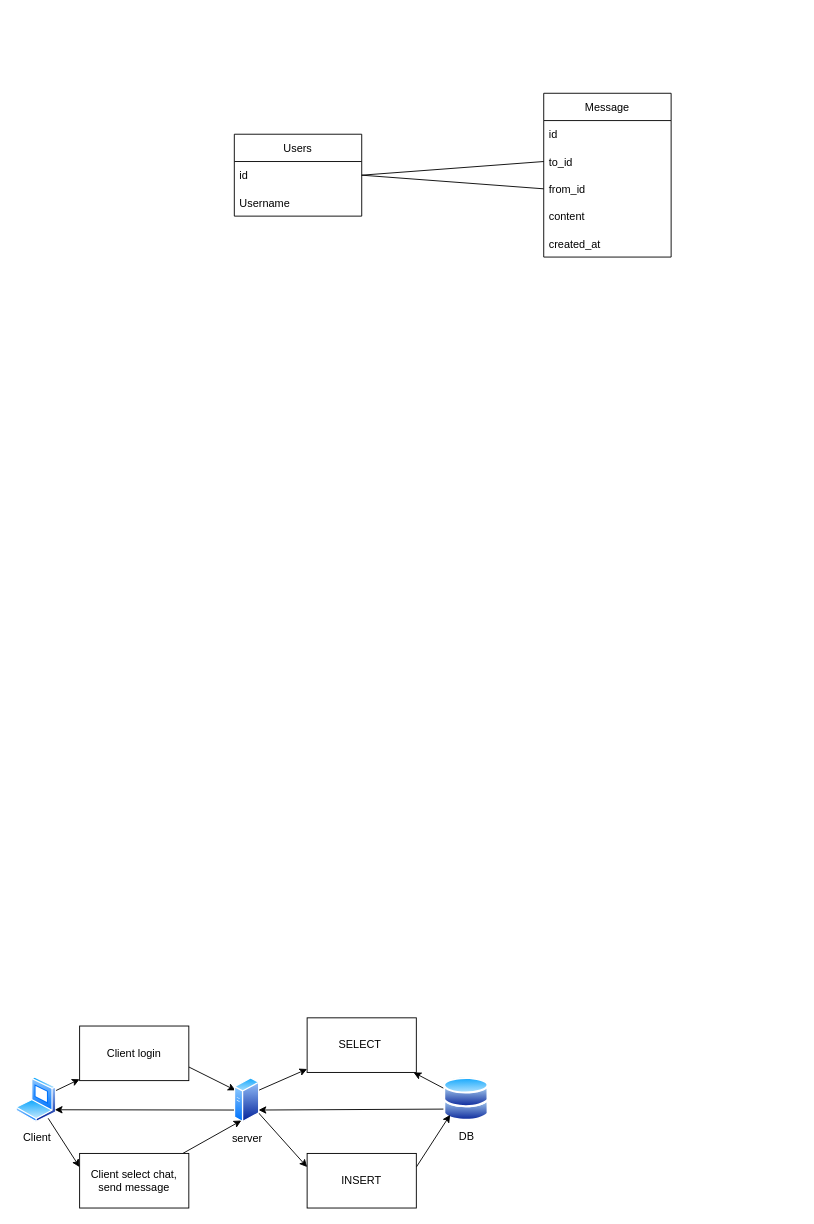
This is page "Simplify" (2 of 7) of Resources/DB.drawio from Plasmat1x/CourseProjectCS2, a draw.io file, before an edit. Source tidied: cells renumbered, new cells numbered last; positions are measured from the earlier drawing's top-left corner, leaving out a move shared by most shapes. Both pictures are drawn from the tidied source at 91%, with x=0, y=0 at pixel (15, 93).
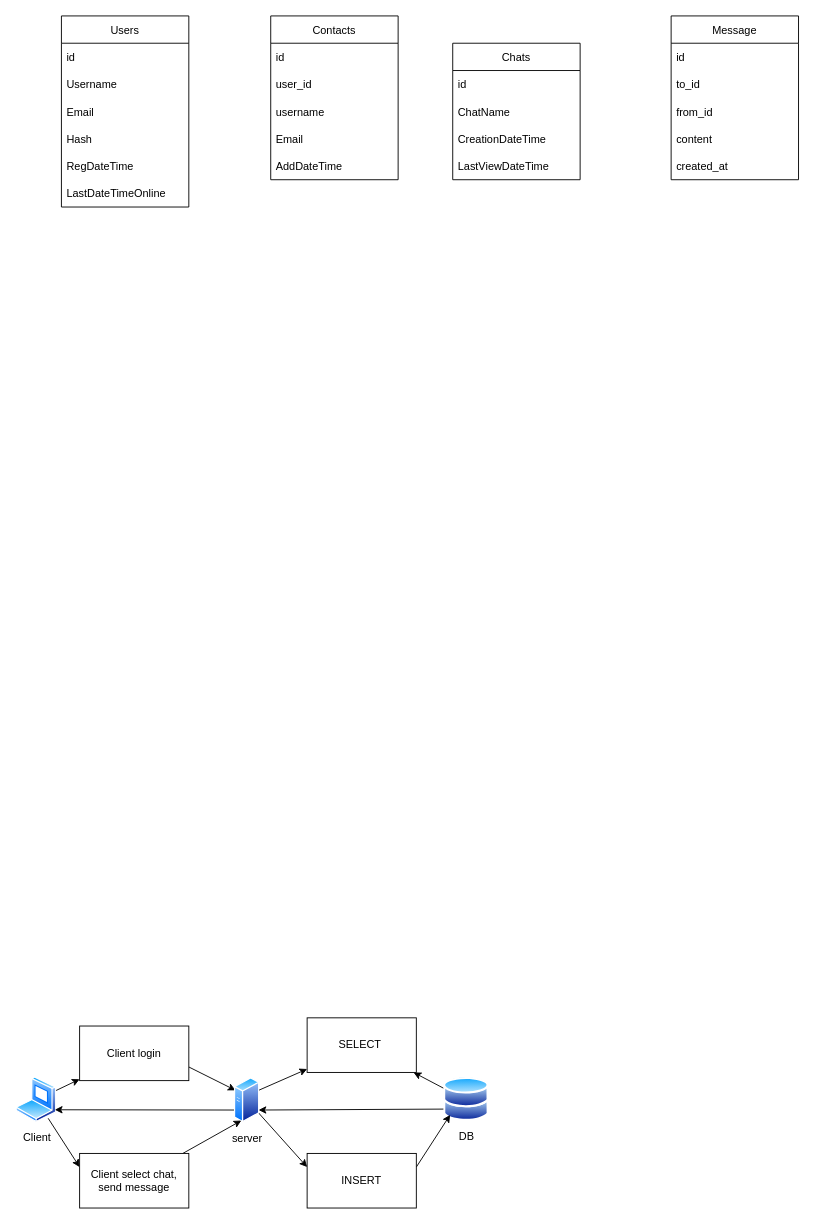
Above is the later version.

Unchanged cells that the change refers to:
```xml
<mxCell id="3" value="id" style="text;strokeColor=none;fillColor=none;align=left;verticalAlign=middle;spacingLeft=4;spacingRight=4;overflow=hidden;points=[[0,0.5],[1,0.5]];portConstraint=eastwest;fontSize=12;" parent="2" vertex="1">
  <mxGeometry y="30" width="140" height="30" as="geometry" />
</mxCell>
<mxCell id="7" value="to_id" style="text;strokeColor=none;fillColor=none;align=left;verticalAlign=middle;spacingLeft=4;spacingRight=4;overflow=hidden;points=[[0,0.5],[1,0.5]];portConstraint=eastwest;fontSize=12;" parent="5" vertex="1">
  <mxGeometry y="60" width="140" height="30" as="geometry" />
</mxCell>
<mxCell id="8" value="from_id" style="text;strokeColor=none;fillColor=none;align=left;verticalAlign=middle;spacingLeft=4;spacingRight=4;overflow=hidden;points=[[0,0.5],[1,0.5]];portConstraint=eastwest;fontSize=12;" parent="5" vertex="1">
  <mxGeometry y="90" width="140" height="30" as="geometry" />
</mxCell>
```

The edit, as a diff of the source:
```diff
@@
     <mxCell id="2" value="Users" style="swimlane;fontStyle=0;horizontal=1;startSize=30;fontSize=12;" parent="1" vertex="1">
-      <mxGeometry x="240" y="45" width="140" height="90" as="geometry" />
+      <mxGeometry x="50" y="-85" width="140" height="210" as="geometry" />
     </mxCell>
@@
+    <mxCell id="30" value="Email" style="text;strokeColor=none;fillColor=none;align=left;verticalAlign=middle;spacingLeft=4;spacingRight=4;overflow=hidden;fontSize=12;" parent="2" vertex="1">
+      <mxGeometry y="90" width="140" height="30" as="geometry" />
+    </mxCell>
+    <mxCell id="31" value="Hash" style="text;strokeColor=none;fillColor=none;align=left;verticalAlign=middle;spacingLeft=4;spacingRight=4;overflow=hidden;fontSize=12;" parent="2" vertex="1">
+      <mxGeometry y="120" width="140" height="30" as="geometry" />
+    </mxCell>
+    <mxCell id="32" value="RegDateTime" style="text;strokeColor=none;fillColor=none;align=left;verticalAlign=middle;spacingLeft=4;spacingRight=4;overflow=hidden;fontSize=12;" parent="2" vertex="1">
+      <mxGeometry y="150" width="140" height="30" as="geometry" />
+    </mxCell>
+    <mxCell id="33" value="LastDateTimeOnline" style="text;strokeColor=none;fillColor=none;align=left;verticalAlign=middle;spacingLeft=4;spacingRight=4;overflow=hidden;fontSize=12;" parent="2" vertex="1">
+      <mxGeometry y="180" width="140" height="30" as="geometry" />
+    </mxCell>
     <mxCell id="5" value="Message" style="swimlane;fontStyle=0;horizontal=1;startSize=30;fontSize=12;" parent="1" vertex="1">
-      <mxGeometry x="580" width="140" height="180" as="geometry" />
+      <mxGeometry x="720" y="-85" width="140" height="180" as="geometry" />
     </mxCell>
@@
-    <mxCell id="28" style="endArrow=none;html=1;rounded=0;exitX=1;exitY=0.5;exitDx=0;exitDy=0;entryX=0;entryY=0.5;entryDx=0;entryDy=0;" parent="1" edge="1" source="3" target="7">
-      <mxGeometry relative="1" as="geometry" />
-    </mxCell>
-    <mxCell id="29" style="endArrow=none;html=1;rounded=0;exitX=1;exitY=0.5;exitDx=0;exitDy=0;entryX=0;entryY=0.5;entryDx=0;entryDy=0;" parent="1" edge="1" source="3" target="8">
-      <mxGeometry relative="1" as="geometry" />
-    </mxCell>
+    <mxCell id="34" value="Chats" style="swimlane;fontStyle=0;horizontal=1;startSize=30;fontSize=12;" parent="1" vertex="1">
+      <mxGeometry x="480" y="-55" width="140" height="150" as="geometry" />
+    </mxCell>
+    <mxCell id="35" value="id" style="text;strokeColor=none;fillColor=none;align=left;verticalAlign=middle;spacingLeft=4;spacingRight=4;overflow=hidden;fontSize=12;" parent="34" vertex="1">
+      <mxGeometry y="30" width="140" height="30" as="geometry" />
+    </mxCell>
+    <mxCell id="36" value="ChatName" style="text;strokeColor=none;fillColor=none;align=left;verticalAlign=middle;spacingLeft=4;spacingRight=4;overflow=hidden;fontSize=12;" parent="34" vertex="1">
+      <mxGeometry y="60" width="140" height="30" as="geometry" />
+    </mxCell>
+    <mxCell id="37" value="CreationDateTime" style="text;strokeColor=none;fillColor=none;align=left;verticalAlign=middle;spacingLeft=4;spacingRight=4;overflow=hidden;fontSize=12;" parent="34" vertex="1">
+      <mxGeometry y="90" width="140" height="30" as="geometry" />
+    </mxCell>
+    <mxCell id="38" value="LastViewDateTime" style="text;strokeColor=none;fillColor=none;align=left;verticalAlign=middle;spacingLeft=4;spacingRight=4;overflow=hidden;fontSize=12;" parent="34" vertex="1">
+      <mxGeometry y="120" width="140" height="30" as="geometry" />
+    </mxCell>
+    <mxCell id="39" value="Contacts" style="swimlane;fontStyle=0;horizontal=1;startSize=30;" parent="1" vertex="1">
+      <mxGeometry x="280" y="-85" width="140" height="180" as="geometry" />
+    </mxCell>
+    <mxCell id="40" value="id" style="text;strokeColor=none;fillColor=none;align=left;verticalAlign=middle;spacingLeft=4;spacingRight=4;overflow=hidden;" parent="39" vertex="1">
+      <mxGeometry y="30" width="140" height="30" as="geometry" />
+    </mxCell>
+    <mxCell id="41" value="user_id" style="text;strokeColor=none;fillColor=none;align=left;verticalAlign=middle;spacingLeft=4;spacingRight=4;overflow=hidden;" parent="39" vertex="1">
+      <mxGeometry y="60" width="140" height="30" as="geometry" />
+    </mxCell>
+    <mxCell id="42" value="username" style="text;strokeColor=none;fillColor=none;align=left;verticalAlign=middle;spacingLeft=4;spacingRight=4;overflow=hidden;" parent="39" vertex="1">
+      <mxGeometry y="90" width="140" height="30" as="geometry" />
+    </mxCell>
+    <mxCell id="43" value="Email" style="text;strokeColor=none;fillColor=none;align=left;verticalAlign=middle;spacingLeft=4;spacingRight=4;overflow=hidden;" parent="39" vertex="1">
+      <mxGeometry y="120" width="140" height="30" as="geometry" />
+    </mxCell>
+    <mxCell id="44" value="AddDateTime" style="text;strokeColor=none;fillColor=none;align=left;verticalAlign=middle;spacingLeft=4;spacingRight=4;overflow=hidden;" parent="39" vertex="1">
+      <mxGeometry y="150" width="140" height="30" as="geometry" />
+    </mxCell>
```
